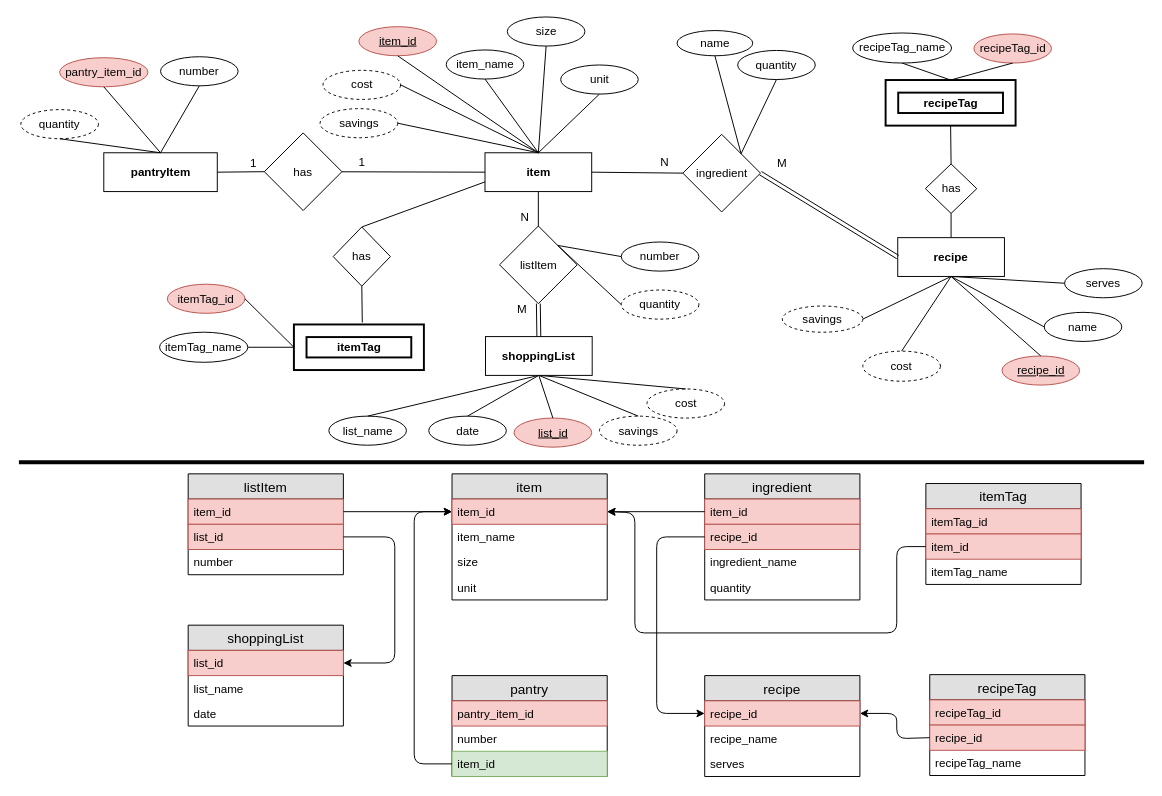
Earlier version of the draw.io diagram foodShopER.drawio (Oolay/food-shop). Source tidied: cells renumbered, new cells numbered last; positions are measured from the earlier drawing's top-left corner, leaving out a move shared by most shapes. Both pictures are drawn from the tidied source at 97%, with x=0, y=0 at pixel (18, 16).
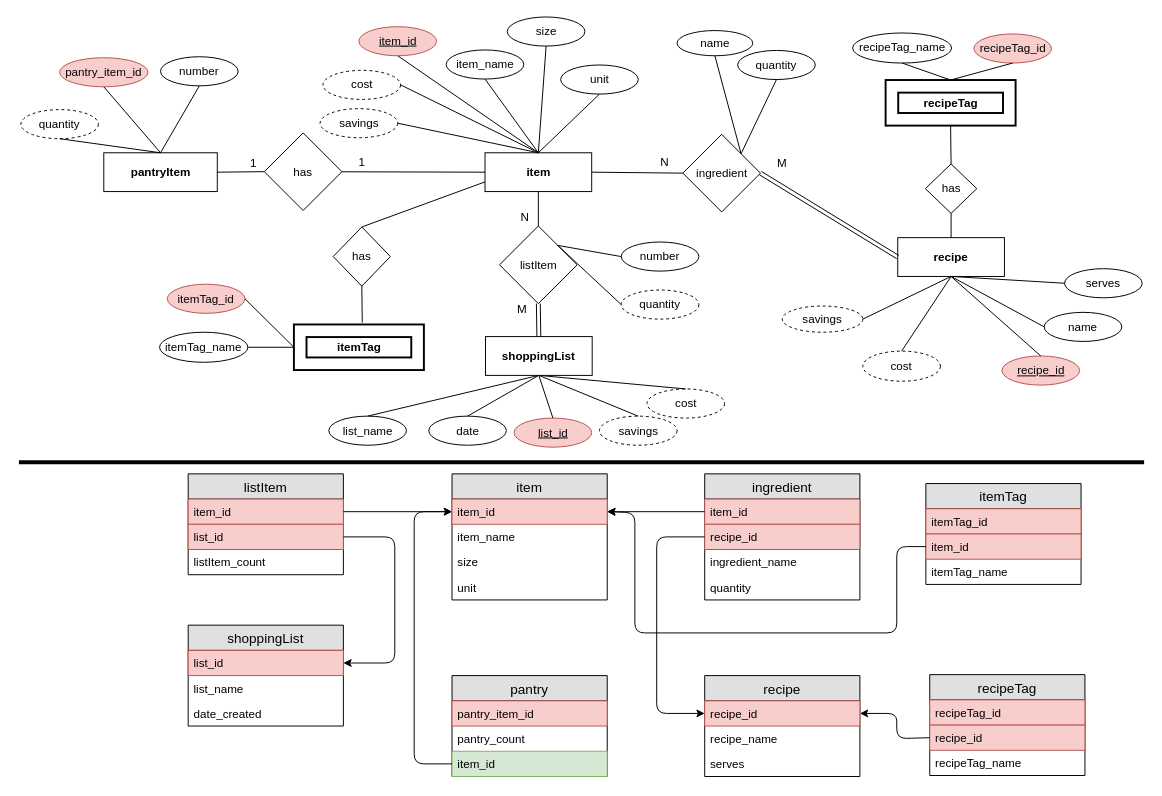
The same page after the edit.

The change refers to these unchanged cells:
```xml
<mxCell id="66" value="pantry" style="swimlane;fontStyle=0;horizontal=1;startSize=26;fillColor=#e0e0e0;swimlaneFillColor=#ffffff;align=center;fontSize=14;" parent="1" vertex="1">
  <mxGeometry x="446.5" y="679" width="160" height="104" as="geometry" />
</mxCell>
<mxCell id="74" value="shoppingList" style="swimlane;fontStyle=0;horizontal=1;startSize=26;fillColor=#e0e0e0;swimlaneFillColor=#ffffff;align=center;fontSize=14;" parent="1" vertex="1">
  <mxGeometry x="174.5" y="627" width="160" height="104" as="geometry" />
</mxCell>
<mxCell id="85" value="listItem" style="swimlane;fontStyle=0;horizontal=1;startSize=26;fillColor=#e0e0e0;swimlaneFillColor=#ffffff;align=center;fontSize=14;" parent="1" vertex="1">
  <mxGeometry x="174.5" y="471" width="160" height="104" as="geometry" />
</mxCell>
```

What changed in the source:
```diff
@@
-    <mxCell id="68" value="number" style="text;strokeColor=none;fillColor=none;spacingLeft=4;spacingRight=4;overflow=hidden;fontSize=12;" parent="66" vertex="1">
+    <mxCell id="68" value="pantry_count" style="text;strokeColor=none;fillColor=none;spacingLeft=4;spacingRight=4;overflow=hidden;fontSize=12;" parent="66" vertex="1">
       <mxGeometry y="52" width="160" height="26" as="geometry" />
     </mxCell>
@@
-    <mxCell id="77" value="date" style="text;strokeColor=none;fillColor=none;spacingLeft=4;spacingRight=4;overflow=hidden;fontSize=12;dashed=1;" parent="74" vertex="1">
+    <mxCell id="77" value="date_created" style="text;strokeColor=none;fillColor=none;spacingLeft=4;spacingRight=4;overflow=hidden;fontSize=12;dashed=1;" parent="74" vertex="1">
       <mxGeometry y="78" width="160" height="26" as="geometry" />
     </mxCell>
@@
-    <mxCell id="88" value="number" style="text;strokeColor=none;fillColor=none;spacingLeft=4;spacingRight=4;overflow=hidden;fontSize=12;" parent="85" vertex="1">
+    <mxCell id="88" value="listItem_count" style="text;strokeColor=none;fillColor=none;spacingLeft=4;spacingRight=4;overflow=hidden;fontSize=12;" parent="85" vertex="1">
       <mxGeometry y="78" width="160" height="26" as="geometry" />
     </mxCell>
```
